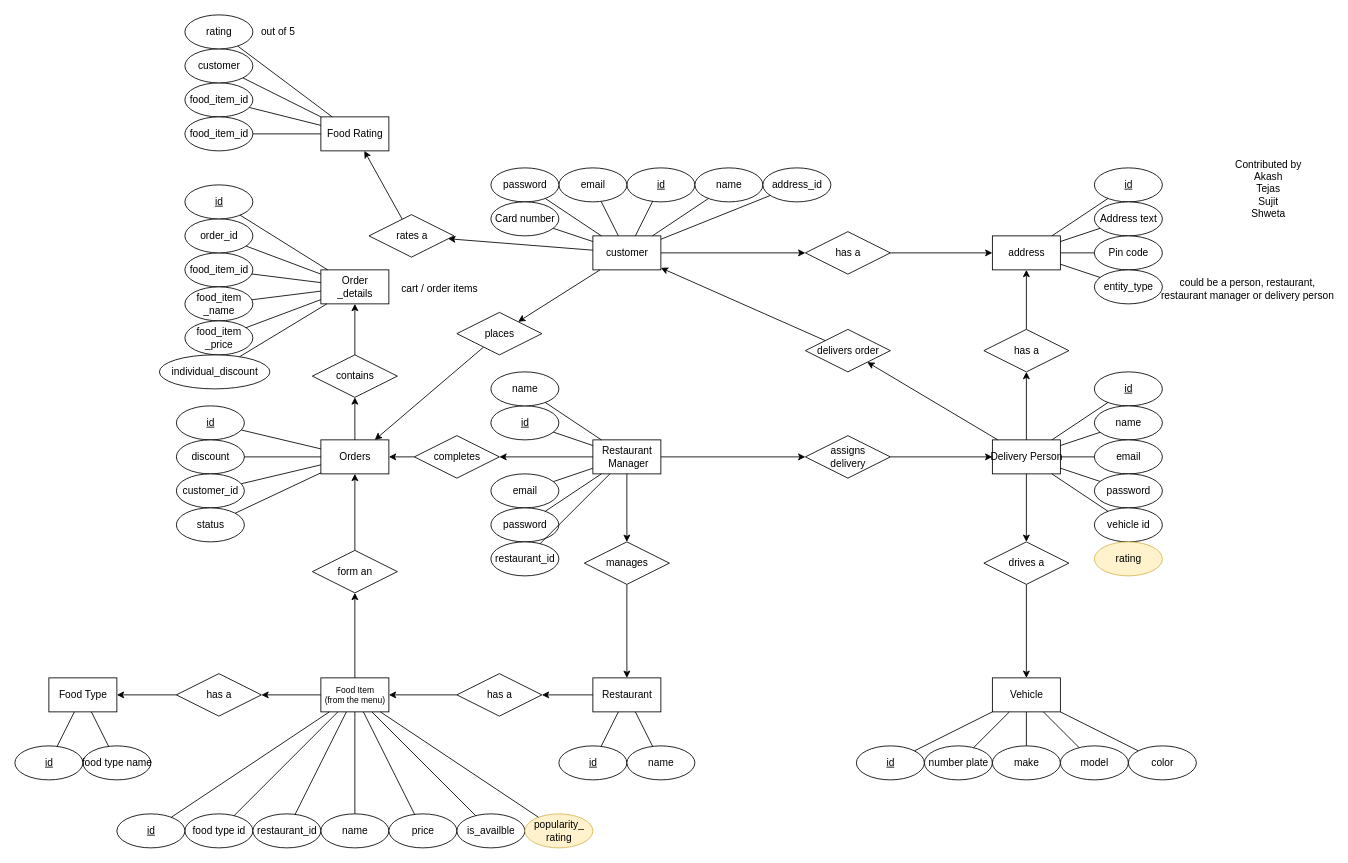
Earlier version of the draw.io diagram diagrams/ER/ER diagram.drawio (callofthewild/hunger-buzz). Source tidied: cells renumbered, new cells numbered last; positions are measured from the earlier drawing's top-left corner, leaving out a move shared by most shapes. Both pictures are drawn from the tidied source at 85%, with x=0, y=0 at pixel (14, 14).
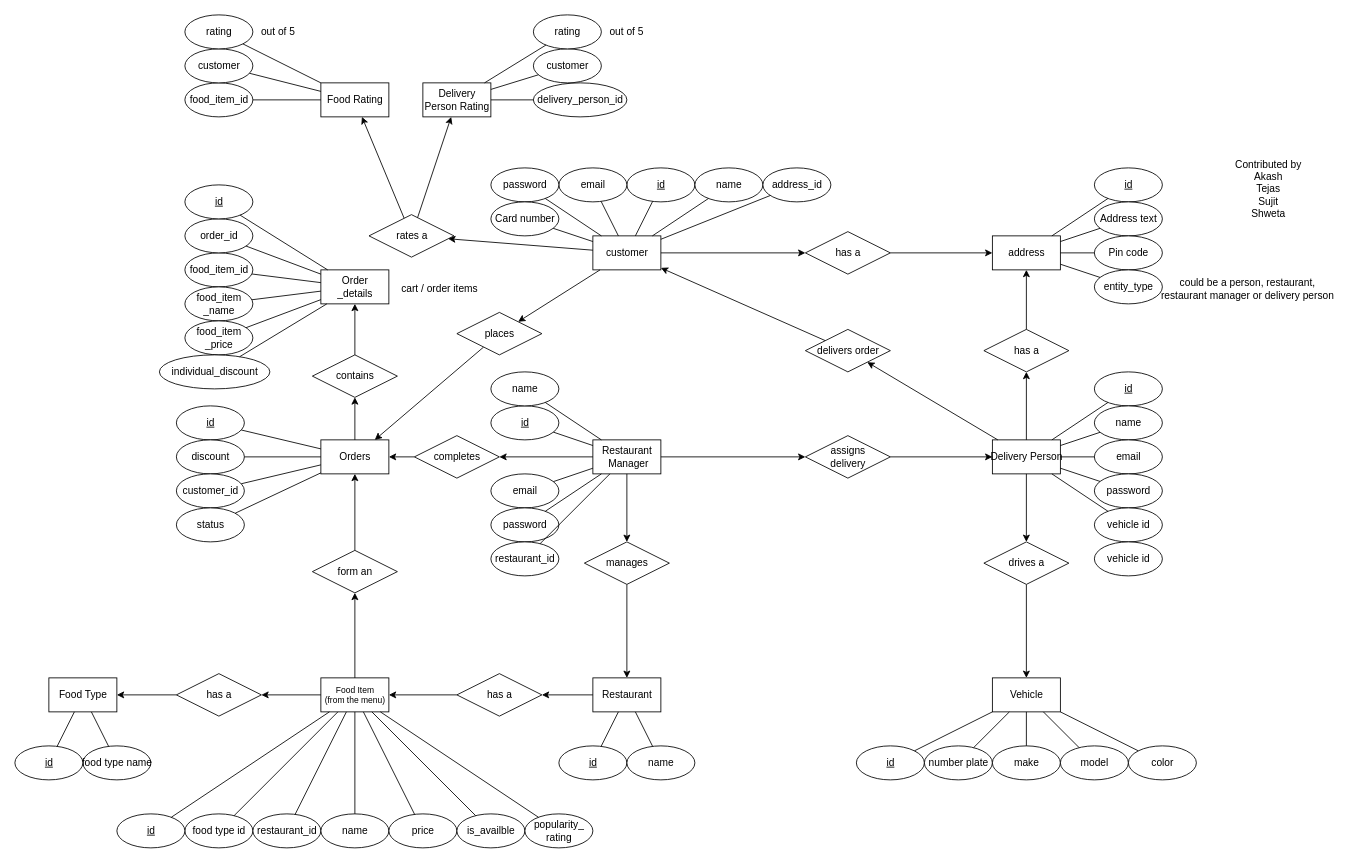
The same page after the edit.

Commit message:
Added Delivery Person Rating

The change refers to these unchanged cells:
```xml
<mxCell id="145" value="rates a" style="shape=rhombus;perimeter=rhombusPerimeter;html=1;align=center;" parent="1" vertex="1">
  <mxGeometry x="416.6" y="235" width="100" height="50" as="geometry" />
</mxCell>
```

Diff of the diagram source:
```diff
@@
-    <mxCell id="135" value="popularity_&lt;br&gt;rating" style="ellipse;html=1;align=center;fillColor=#fff2cc;strokeColor=#d6b656;" parent="1" vertex="1">
+    <mxCell id="135" value="popularity_&lt;br&gt;rating" style="ellipse;html=1;align=center;" parent="1" vertex="1">
       <mxGeometry x="600" y="940" width="80" height="40" as="geometry" />
     </mxCell>
@@
     <mxCell id="143" value="Food Rating" style="rounded=0;html=1;" parent="1" vertex="1">
-      <mxGeometry x="360" y="120" width="80" height="40" as="geometry" />
+      <mxGeometry x="360" y="80" width="80" height="40" as="geometry" />
     </mxCell>
@@
-    <mxCell id="154" value="food_item_id" style="ellipse;html=1;" parent="1" vertex="1">
-      <mxGeometry x="200" y="120" width="80" height="40" as="geometry" />
-    </mxCell>
-    <mxCell id="155" style="endArrow=none;html=1;rounded=0;" parent="1" edge="1" source="154" target="143">
-      <mxGeometry relative="1" as="geometry" />
-    </mxCell>
-    <mxCell id="156" value="rating" style="ellipse;html=1;align=center;fillColor=#fff2cc;strokeColor=#d6b656;" parent="1" vertex="1">
+    <mxCell id="156" value="vehicle id" style="ellipse;html=1;align=center;" parent="1" vertex="1">
       <mxGeometry x="1270" y="620" width="80" height="40" as="geometry" />
     </mxCell>
+    <mxCell id="157" value="Delivery&lt;br&gt;Person Rating" style="rounded=0;html=1;" parent="1" vertex="1">
+      <mxGeometry x="480" y="80" width="80" height="40" as="geometry" />
+    </mxCell>
+    <mxCell id="158" style="endArrow=none;html=1;rounded=0;startArrow=classic;startFill=1;" parent="1" edge="1" source="157" target="145">
+      <mxGeometry relative="1" as="geometry" />
+    </mxCell>
+    <mxCell id="159" value="delivery_person_id" style="ellipse;html=1;" parent="1" vertex="1">
+      <mxGeometry x="610" y="80" width="110" height="40" as="geometry" />
+    </mxCell>
+    <mxCell id="160" value="customer" style="ellipse;html=1;" parent="1" vertex="1">
+      <mxGeometry x="610" y="40" width="80" height="40" as="geometry" />
+    </mxCell>
+    <mxCell id="161" value="rating" style="ellipse;html=1;" parent="1" vertex="1">
+      <mxGeometry x="610" width="80" height="40" as="geometry" />
+    </mxCell>
+    <mxCell id="162" value="out of 5" style="text;html=1;strokeColor=none;fillColor=none;align=center;verticalAlign=middle;whiteSpace=wrap;rounded=0;" parent="1" vertex="1">
+      <mxGeometry x="690" y="5" width="60" height="30" as="geometry" />
+    </mxCell>
+    <mxCell id="163" style="endArrow=none;html=1;rounded=0;" parent="1" edge="1" source="157" target="161">
+      <mxGeometry relative="1" as="geometry" />
+    </mxCell>
+    <mxCell id="164" style="endArrow=none;html=1;rounded=0;" parent="1" edge="1" source="157" target="160">
+      <mxGeometry relative="1" as="geometry" />
+    </mxCell>
+    <mxCell id="165" style="endArrow=none;html=1;rounded=0;" parent="1" edge="1" source="157" target="159">
+      <mxGeometry relative="1" as="geometry" />
+    </mxCell>
```
